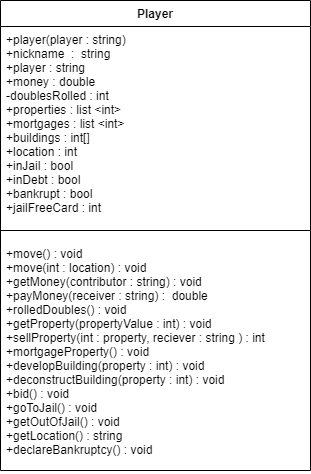
The draw.io diagram references/uml/Player_Monopoly_UML.drawio.png in NReedel/Monopoly, before a commit. Source tidied: cells renumbered, new cells last; positions are measured from the earlier drawing's top-left corner, leaving out a move shared by most shapes.
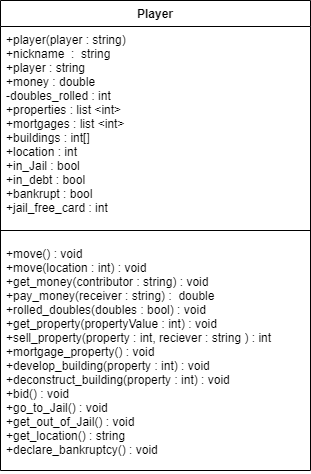
Later version of the same file.

Diff of the diagram source:
```diff
@@ -5,13 +5,13 @@
     <mxCell id="2" value="Player" style="swimlane;fontStyle=1;align=center;verticalAlign=top;horizontal=1;startSize=26;" parent="1" vertex="1">
       <mxGeometry width="310" height="470" as="geometry" />
     </mxCell>
-    <mxCell id="3" value="+player(player : string)&#10;+nickname  :  string&#10;+player : string&#10;+money : double&#10;-doublesRolled : int&#10;+properties : list &lt;int&gt;&#10;+mortgages : list &lt;int&gt;&#10;+buildings : int[]&#10;+location : int&#10;+inJail : bool&#10;+inDebt : bool&#10;+bankrupt : bool&#10;+jailFreeCard : int&#10;" style="text;strokeColor=none;fillColor=none;align=left;verticalAlign=top;spacingLeft=4;spacingRight=4;overflow=hidden;" parent="2" vertex="1">
+    <mxCell id="3" value="+player(player : string)&#10;+nickname  :  string&#10;+player : string&#10;+money : double&#10;-doubles_rolled : int&#10;+properties : list &lt;int&gt;&#10;+mortgages : list &lt;int&gt;&#10;+buildings : int[]&#10;+location : int&#10;+in_Jail : bool&#10;+in_debt : bool&#10;+bankrupt : bool&#10;+jail_free_card : int&#10;" style="text;strokeColor=none;fillColor=none;align=left;verticalAlign=top;spacingLeft=4;spacingRight=4;overflow=hidden;" parent="2" vertex="1">
       <mxGeometry y="26" width="310" height="194" as="geometry" />
     </mxCell>
     <mxCell id="4" style="line;strokeWidth=1;fillColor=none;align=left;verticalAlign=middle;spacingTop=-1;spacingLeft=3;spacingRight=3;labelPosition=right;strokeColor=inherit;" parent="2" vertex="1">
       <mxGeometry y="220" width="310" height="20" as="geometry" />
     </mxCell>
-    <mxCell id="5" value="+move() : void&#10;+move(int : location) : void&#10;+getMoney(contributor : string) : void&#10;+payMoney(receiver : string) :  double&#10;+rolledDoubles() : void&#10;+getProperty(propertyValue : int) : void&#10;+sellProperty(int : property, reciever : string ) : int&#10;+mortgageProperty() : void &#10;+developBuilding(property : int) : void&#10;+deconstructBuilding(property : int) : void&#10;+bid() : void &#10;+goToJail() : void&#10;+getOutOfJail() : void&#10;+getLocation() : string&#10;+declareBankruptcy() : void&#10;" style="text;strokeColor=none;fillColor=none;align=left;verticalAlign=top;spacingLeft=4;spacingRight=4;overflow=hidden;" parent="2" vertex="1">
+    <mxCell id="5" value="+move() : void&#10;+move(location : int) : void&#10;+get_money(contributor : string) : void&#10;+pay_money(receiver : string) :  double&#10;+rolled_doubles(doubles : bool) : void&#10;+get_property(propertyValue : int) : void&#10;+sell_property(property : int, reciever : string ) : int&#10;+mortgage_property() : void &#10;+develop_building(property : int) : void&#10;+deconstruct_building(property : int) : void&#10;+bid() : void &#10;+go_to_Jail() : void&#10;+get_out_of_Jail() : void&#10;+get_location() : string&#10;+declare_bankruptcy() : void&#10;" style="text;strokeColor=none;fillColor=none;align=left;verticalAlign=top;spacingLeft=4;spacingRight=4;overflow=hidden;" parent="2" vertex="1">
       <mxGeometry y="240" width="310" height="230" as="geometry" />
     </mxCell>
   </root>
```
